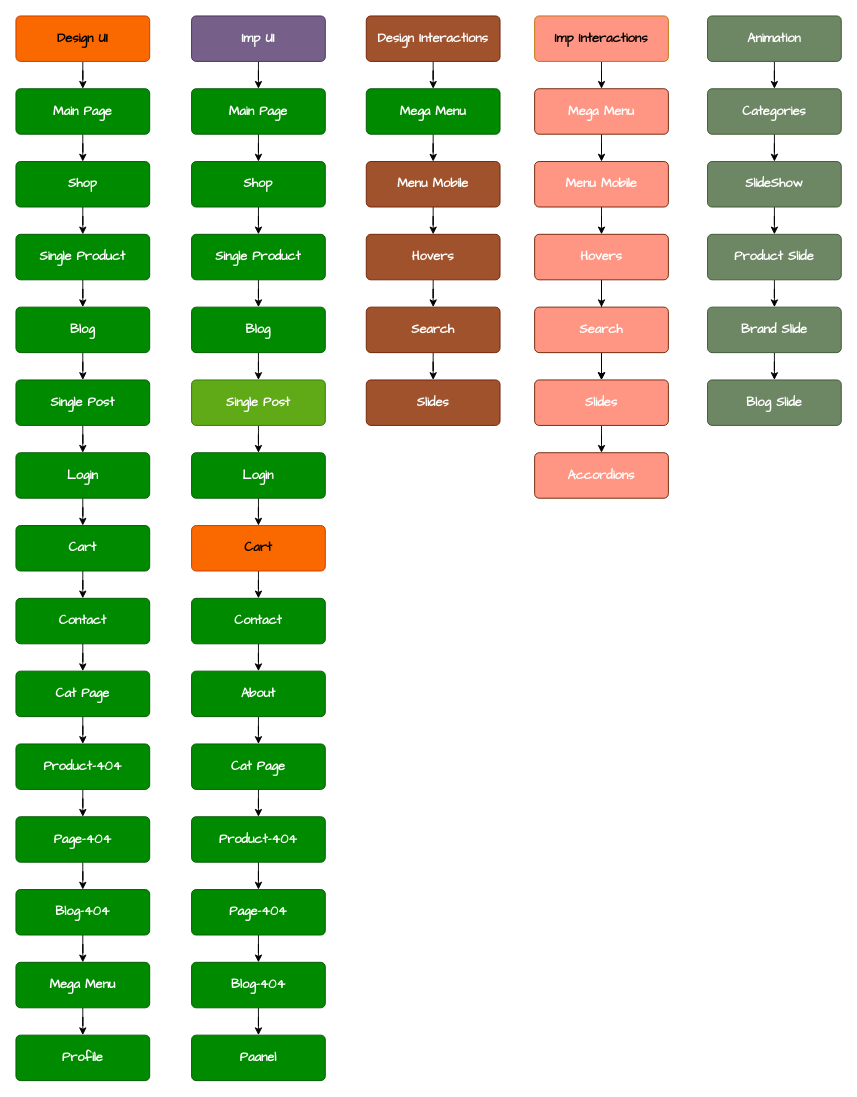
Above: JSProject.drawio in monfaredpersonal/Development (draw.io), before the change. Source tidied: cells renumbered, new cells numbered last; positions are measured from the earlier drawing's top-left corner, leaving out a move shared by most shapes. Both pictures are drawn from the tidied source at 91%, with x=0, y=0 at pixel (15, 15).
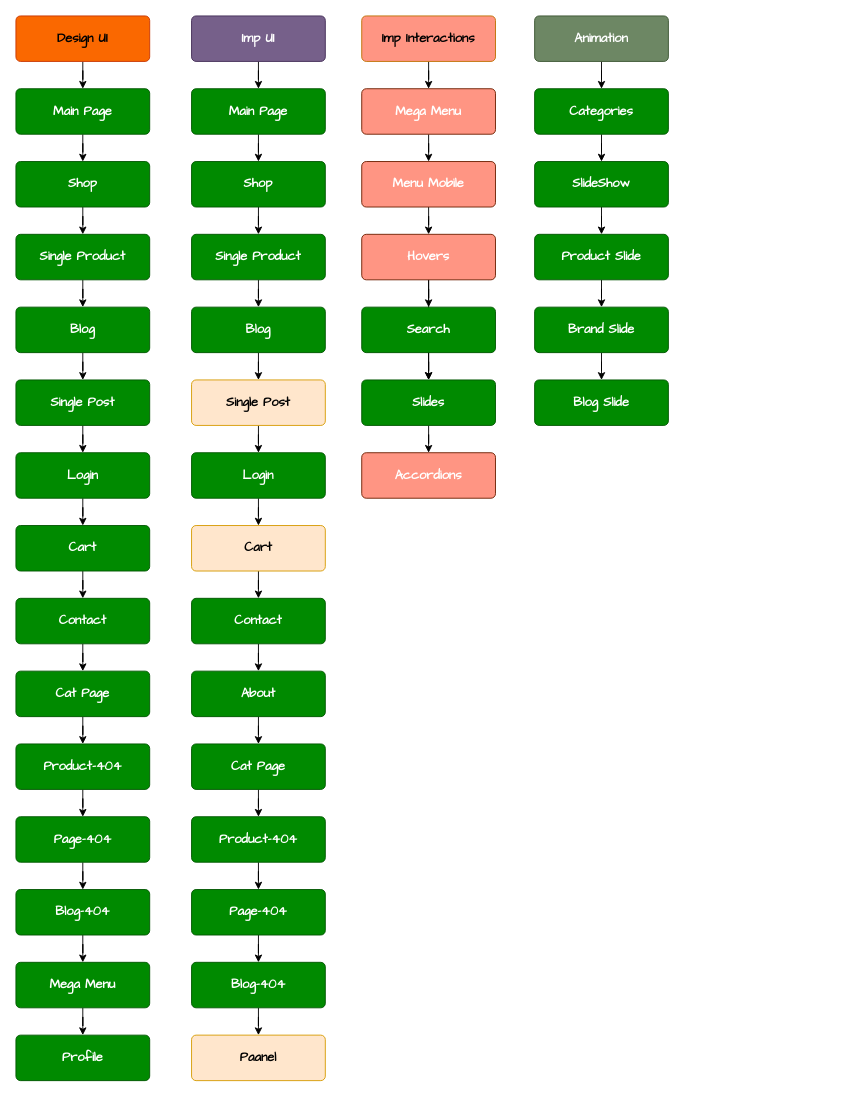
After the change.

Diff of the diagram source:
```diff
@@
-    <mxCell id="6" style="edgeStyle=orthogonalEdgeStyle;rounded=0;jettySize=auto;html=1;" parent="1" edge="1" source="7" target="63">
-      <mxGeometry relative="1" as="geometry" />
-    </mxCell>
-    <mxCell id="7" value="Design Interactions" style="html=1;shadow=0;dashed=0;shape=mxgraph.bootstrap.rrect;rSize=5;strokeColor=#6D1F00;strokeWidth=1;fillColor=#a0522d;fontColor=#ffffff;whiteSpace=wrap;align=center;verticalAlign=middle;spacingLeft=0;fontStyle=1;fontSize=14;spacing=5;rounded=1;glass=0;fillStyle=auto;fontFamily=Comic Sans MS;horizontal=1;textDirection=rtl;points=[];" parent="1" vertex="1">
-      <mxGeometry x="385" width="147" height="50" as="geometry" />
-    </mxCell>
@@
     <mxCell id="9" value="Imp Interactions" style="html=1;shadow=0;dashed=0;shape=mxgraph.bootstrap.rrect;rSize=5;strokeColor=#BD7000;strokeWidth=1;fillColor=#FF9583;fontColor=#000000;whiteSpace=wrap;align=center;verticalAlign=middle;spacingLeft=0;fontStyle=1;fontSize=14;spacing=5;rounded=1;glass=0;fillStyle=auto;fontFamily=Comic Sans MS;horizontal=1;textDirection=rtl;points=[];" parent="1" vertex="1">
-      <mxGeometry x="570" width="147" height="50" as="geometry" />
+      <mxGeometry x="380" width="147" height="50" as="geometry" />
     </mxCell>
@@
     <mxCell id="11" value="Animation" style="html=1;shadow=0;dashed=0;shape=mxgraph.bootstrap.rrect;rSize=5;strokeColor=#3A5431;strokeWidth=1;fillColor=#6d8764;fontColor=#ffffff;whiteSpace=wrap;align=center;verticalAlign=middle;spacingLeft=0;fontStyle=1;fontSize=14;spacing=5;rounded=1;glass=0;fillStyle=auto;fontFamily=Comic Sans MS;horizontal=1;textDirection=rtl;points=[];" parent="1" vertex="1">
-      <mxGeometry x="760" width="147" height="50" as="geometry" />
+      <mxGeometry x="570" width="147" height="50" as="geometry" />
     </mxCell>
@@
-    <mxCell id="45" value="&lt;div style=&quot;forced-color-adjust: none;&quot;&gt;Single Post&lt;/div&gt;" style="html=1;shadow=0;dashed=0;shape=mxgraph.bootstrap.rrect;rSize=5;strokeColor=#2D7600;strokeWidth=1;fillColor=#60a917;fontColor=#ffffff;whiteSpace=wrap;align=center;verticalAlign=middle;spacingLeft=0;fontStyle=1;fontSize=14;spacing=5;rounded=1;glass=0;fillStyle=auto;fontFamily=Comic Sans MS;horizontal=1;textDirection=rtl;points=[];" parent="1" vertex="1">
+    <mxCell id="45" value="&lt;div style=&quot;forced-color-adjust: none;&quot;&gt;Single Post&lt;/div&gt;" style="html=1;shadow=0;dashed=0;shape=mxgraph.bootstrap.rrect;rSize=5;strokeColor=#d79b00;strokeWidth=1;fillColor=#ffe6cc;whiteSpace=wrap;align=center;verticalAlign=middle;spacingLeft=0;fontStyle=1;fontSize=14;spacing=5;rounded=1;glass=0;fillStyle=auto;fontFamily=Comic Sans MS;horizontal=1;textDirection=rtl;points=[];" parent="1" vertex="1">
       <mxGeometry x="193" y="400" width="147" height="50" as="geometry" />
     </mxCell>
@@
-    <mxCell id="49" value="&lt;div style=&quot;forced-color-adjust: none;&quot;&gt;Cart&lt;/div&gt;" style="html=1;shadow=0;dashed=0;shape=mxgraph.bootstrap.rrect;rSize=5;strokeColor=#C73500;strokeWidth=1;fillColor=#fa6800;fontColor=#000000;whiteSpace=wrap;align=center;verticalAlign=middle;spacingLeft=0;fontStyle=1;fontSize=14;spacing=5;rounded=1;glass=0;fillStyle=auto;fontFamily=Comic Sans MS;horizontal=1;textDirection=rtl;points=[];" parent="1" vertex="1">
+    <mxCell id="49" value="&lt;div style=&quot;forced-color-adjust: none;&quot;&gt;Cart&lt;/div&gt;" style="html=1;shadow=0;dashed=0;shape=mxgraph.bootstrap.rrect;rSize=5;strokeColor=#d79b00;strokeWidth=1;fillColor=#ffe6cc;whiteSpace=wrap;align=center;verticalAlign=middle;spacingLeft=0;fontStyle=1;fontSize=14;spacing=5;rounded=1;glass=0;fillStyle=auto;fontFamily=Comic Sans MS;horizontal=1;textDirection=rtl;points=[];" parent="1" vertex="1">
       <mxGeometry x="193" y="560" width="147" height="50" as="geometry" />
     </mxCell>
@@
-    <mxCell id="62" style="edgeStyle=orthogonalEdgeStyle;rounded=0;jettySize=auto;html=1;" parent="1" edge="1" source="63" target="92">
-      <mxGeometry relative="1" as="geometry" />
-    </mxCell>
-    <mxCell id="63" value="Mega Menu" style="html=1;shadow=0;dashed=0;shape=mxgraph.bootstrap.rrect;rSize=5;strokeColor=#005700;strokeWidth=1;fillColor=#008a00;fontColor=#ffffff;whiteSpace=wrap;align=center;verticalAlign=middle;spacingLeft=0;fontStyle=1;fontSize=14;spacing=5;rounded=1;glass=0;fillStyle=auto;fontFamily=Comic Sans MS;horizontal=1;textDirection=rtl;points=[];" parent="1" vertex="1">
-      <mxGeometry x="385" y="80" width="147" height="50" as="geometry" />
-    </mxCell>
-    <mxCell id="64" style="edgeStyle=orthogonalEdgeStyle;rounded=0;jettySize=auto;html=1;" parent="1" edge="1" source="65" target="67">
-      <mxGeometry relative="1" as="geometry" />
-    </mxCell>
-    <mxCell id="65" value="Hovers" style="html=1;shadow=0;dashed=0;shape=mxgraph.bootstrap.rrect;rSize=5;strokeColor=#6D1F00;strokeWidth=1;fillColor=#a0522d;fontColor=#ffffff;whiteSpace=wrap;align=center;verticalAlign=middle;spacingLeft=0;fontStyle=1;fontSize=14;spacing=5;rounded=1;glass=0;fillStyle=auto;fontFamily=Comic Sans MS;horizontal=1;textDirection=rtl;points=[];" parent="1" vertex="1">
-      <mxGeometry x="385" y="240" width="147" height="50" as="geometry" />
-    </mxCell>
-    <mxCell id="66" style="edgeStyle=orthogonalEdgeStyle;rounded=0;jettySize=auto;html=1;" parent="1" edge="1" source="67" target="68">
-      <mxGeometry relative="1" as="geometry" />
-    </mxCell>
-    <mxCell id="67" value="Search" style="html=1;shadow=0;dashed=0;shape=mxgraph.bootstrap.rrect;rSize=5;strokeColor=#6D1F00;strokeWidth=1;fillColor=#a0522d;fontColor=#ffffff;whiteSpace=wrap;align=center;verticalAlign=middle;spacingLeft=0;fontStyle=1;fontSize=14;spacing=5;rounded=1;glass=0;fillStyle=auto;fontFamily=Comic Sans MS;horizontal=1;textDirection=rtl;points=[];" parent="1" vertex="1">
-      <mxGeometry x="385" y="320" width="147" height="50" as="geometry" />
-    </mxCell>
-    <mxCell id="68" value="Slides" style="html=1;shadow=0;dashed=0;shape=mxgraph.bootstrap.rrect;rSize=5;strokeColor=#6D1F00;strokeWidth=1;fillColor=#a0522d;fontColor=#ffffff;whiteSpace=wrap;align=center;verticalAlign=middle;spacingLeft=0;fontStyle=1;fontSize=14;spacing=5;rounded=1;glass=0;fillStyle=auto;fontFamily=Comic Sans MS;horizontal=1;textDirection=rtl;points=[];" parent="1" vertex="1">
-      <mxGeometry x="385" y="400" width="147" height="50" as="geometry" />
-    </mxCell>
@@
     <mxCell id="70" value="&lt;font&gt;Mega Menu&lt;/font&gt;" style="html=1;shadow=0;dashed=0;shape=mxgraph.bootstrap.rrect;rSize=5;strokeColor=#6D1F00;strokeWidth=1;fillColor=#FF9583;fontColor=#ffffff;whiteSpace=wrap;align=center;verticalAlign=middle;spacingLeft=0;fontStyle=1;fontSize=14;spacing=5;rounded=1;glass=0;fillStyle=auto;fontFamily=Comic Sans MS;horizontal=1;textDirection=rtl;points=[];" parent="1" vertex="1">
-      <mxGeometry x="570" y="80" width="147" height="50" as="geometry" />
+      <mxGeometry x="380" y="80" width="147" height="50" as="geometry" />
     </mxCell>
@@
     <mxCell id="72" value="Menu Mobile" style="html=1;shadow=0;dashed=0;shape=mxgraph.bootstrap.rrect;rSize=5;strokeColor=#6D1F00;strokeWidth=1;fillColor=#FF9583;fontColor=#ffffff;whiteSpace=wrap;align=center;verticalAlign=middle;spacingLeft=0;fontStyle=1;fontSize=14;spacing=5;rounded=1;glass=0;fillStyle=auto;fontFamily=Comic Sans MS;horizontal=1;textDirection=rtl;points=[];" parent="1" vertex="1">
-      <mxGeometry x="570" y="160" width="147" height="50" as="geometry" />
+      <mxGeometry x="380" y="160" width="147" height="50" as="geometry" />
     </mxCell>
@@
     <mxCell id="75" value="Hovers" style="html=1;shadow=0;dashed=0;shape=mxgraph.bootstrap.rrect;rSize=5;strokeColor=#6D1F00;strokeWidth=1;fillColor=#FF9583;fontColor=#ffffff;whiteSpace=wrap;align=center;verticalAlign=middle;spacingLeft=0;fontStyle=1;fontSize=14;spacing=5;rounded=1;glass=0;fillStyle=auto;fontFamily=Comic Sans MS;horizontal=1;textDirection=rtl;points=[];" parent="1" vertex="1">
-      <mxGeometry x="570" y="240" width="147" height="50" as="geometry" />
+      <mxGeometry x="380" y="240" width="147" height="50" as="geometry" />
     </mxCell>
@@
-    <mxCell id="77" value="Search" style="html=1;shadow=0;dashed=0;shape=mxgraph.bootstrap.rrect;rSize=5;strokeColor=#6D1F00;strokeWidth=1;fillColor=#FF9583;fontColor=#ffffff;whiteSpace=wrap;align=center;verticalAlign=middle;spacingLeft=0;fontStyle=1;fontSize=14;spacing=5;rounded=1;glass=0;fillStyle=auto;fontFamily=Comic Sans MS;horizontal=1;textDirection=rtl;points=[];" parent="1" vertex="1">
-      <mxGeometry x="570" y="320" width="147" height="50" as="geometry" />
+    <mxCell id="77" value="Search" style="html=1;shadow=0;dashed=0;shape=mxgraph.bootstrap.rrect;rSize=5;strokeColor=#005700;strokeWidth=1;fillColor=#008a00;fontColor=#ffffff;whiteSpace=wrap;align=center;verticalAlign=middle;spacingLeft=0;fontStyle=1;fontSize=14;spacing=5;rounded=1;glass=0;fillStyle=auto;fontFamily=Comic Sans MS;horizontal=1;textDirection=rtl;points=[];" parent="1" vertex="1">
+      <mxGeometry x="380" y="320" width="147" height="50" as="geometry" />
     </mxCell>
@@
-    <mxCell id="79" value="Categories" style="html=1;shadow=0;dashed=0;shape=mxgraph.bootstrap.rrect;rSize=5;strokeColor=#3A5431;strokeWidth=1;fillColor=#6d8764;fontColor=#ffffff;whiteSpace=wrap;align=center;verticalAlign=middle;spacingLeft=0;fontStyle=1;fontSize=14;spacing=5;rounded=1;glass=0;fillStyle=auto;fontFamily=Comic Sans MS;horizontal=1;textDirection=rtl;points=[];" parent="1" vertex="1">
-      <mxGeometry x="760" y="80" width="147" height="50" as="geometry" />
+    <mxCell id="79" value="Categories" style="html=1;shadow=0;dashed=0;shape=mxgraph.bootstrap.rrect;rSize=5;strokeColor=#005700;strokeWidth=1;fillColor=#008a00;fontColor=#ffffff;whiteSpace=wrap;align=center;verticalAlign=middle;spacingLeft=0;fontStyle=1;fontSize=14;spacing=5;rounded=1;glass=0;fillStyle=auto;fontFamily=Comic Sans MS;horizontal=1;textDirection=rtl;points=[];" parent="1" vertex="1">
+      <mxGeometry x="570" y="80" width="147" height="50" as="geometry" />
     </mxCell>
@@
-    <mxCell id="81" value="SlideShow" style="html=1;shadow=0;dashed=0;shape=mxgraph.bootstrap.rrect;rSize=5;strokeColor=#3A5431;strokeWidth=1;fillColor=#6d8764;fontColor=#ffffff;whiteSpace=wrap;align=center;verticalAlign=middle;spacingLeft=0;fontStyle=1;fontSize=14;spacing=5;rounded=1;glass=0;fillStyle=auto;fontFamily=Comic Sans MS;horizontal=1;textDirection=rtl;points=[];" parent="1" vertex="1">
-      <mxGeometry x="760" y="160" width="147" height="50" as="geometry" />
+    <mxCell id="81" value="SlideShow" style="html=1;shadow=0;dashed=0;shape=mxgraph.bootstrap.rrect;rSize=5;strokeColor=#005700;strokeWidth=1;fillColor=#008a00;fontColor=#ffffff;whiteSpace=wrap;align=center;verticalAlign=middle;spacingLeft=0;fontStyle=1;fontSize=14;spacing=5;rounded=1;glass=0;fillStyle=auto;fontFamily=Comic Sans MS;horizontal=1;textDirection=rtl;points=[];" parent="1" vertex="1">
+      <mxGeometry x="570" y="160" width="147" height="50" as="geometry" />
     </mxCell>
@@
-    <mxCell id="83" value="Product Slide" style="html=1;shadow=0;dashed=0;shape=mxgraph.bootstrap.rrect;rSize=5;strokeColor=#3A5431;strokeWidth=1;fillColor=#6d8764;fontColor=#ffffff;whiteSpace=wrap;align=center;verticalAlign=middle;spacingLeft=0;fontStyle=1;fontSize=14;spacing=5;rounded=1;glass=0;fillStyle=auto;fontFamily=Comic Sans MS;horizontal=1;textDirection=rtl;points=[];" parent="1" vertex="1">
-      <mxGeometry x="760" y="240" width="147" height="50" as="geometry" />
+    <mxCell id="83" value="Product Slide" style="html=1;shadow=0;dashed=0;shape=mxgraph.bootstrap.rrect;rSize=5;strokeColor=#005700;strokeWidth=1;fillColor=#008a00;fontColor=#ffffff;whiteSpace=wrap;align=center;verticalAlign=middle;spacingLeft=0;fontStyle=1;fontSize=14;spacing=5;rounded=1;glass=0;fillStyle=auto;fontFamily=Comic Sans MS;horizontal=1;textDirection=rtl;points=[];" parent="1" vertex="1">
+      <mxGeometry x="570" y="240" width="147" height="50" as="geometry" />
     </mxCell>
@@
-    <mxCell id="85" value="Brand Slide" style="html=1;shadow=0;dashed=0;shape=mxgraph.bootstrap.rrect;rSize=5;strokeColor=#3A5431;strokeWidth=1;fillColor=#6d8764;fontColor=#ffffff;whiteSpace=wrap;align=center;verticalAlign=middle;spacingLeft=0;fontStyle=1;fontSize=14;spacing=5;rounded=1;glass=0;fillStyle=auto;fontFamily=Comic Sans MS;horizontal=1;textDirection=rtl;points=[];" parent="1" vertex="1">
-      <mxGeometry x="760" y="320" width="147" height="50" as="geometry" />
+    <mxCell id="85" value="Brand Slide" style="html=1;shadow=0;dashed=0;shape=mxgraph.bootstrap.rrect;rSize=5;strokeColor=#005700;strokeWidth=1;fillColor=#008a00;fontColor=#ffffff;whiteSpace=wrap;align=center;verticalAlign=middle;spacingLeft=0;fontStyle=1;fontSize=14;spacing=5;rounded=1;glass=0;fillStyle=auto;fontFamily=Comic Sans MS;horizontal=1;textDirection=rtl;points=[];" parent="1" vertex="1">
+      <mxGeometry x="570" y="320" width="147" height="50" as="geometry" />
     </mxCell>
-    <mxCell id="86" value="Blog Slide" style="html=1;shadow=0;dashed=0;shape=mxgraph.bootstrap.rrect;rSize=5;strokeColor=#3A5431;strokeWidth=1;fillColor=#6d8764;fontColor=#ffffff;whiteSpace=wrap;align=center;verticalAlign=middle;spacingLeft=0;fontStyle=1;fontSize=14;spacing=5;rounded=1;glass=0;fillStyle=auto;fontFamily=Comic Sans MS;horizontal=1;textDirection=rtl;points=[];" parent="1" vertex="1">
-      <mxGeometry x="760" y="400" width="147" height="50" as="geometry" />
+    <mxCell id="86" value="Blog Slide" style="html=1;shadow=0;dashed=0;shape=mxgraph.bootstrap.rrect;rSize=5;strokeColor=#005700;strokeWidth=1;fillColor=#008a00;fontColor=#ffffff;whiteSpace=wrap;align=center;verticalAlign=middle;spacingLeft=0;fontStyle=1;fontSize=14;spacing=5;rounded=1;glass=0;fillStyle=auto;fontFamily=Comic Sans MS;horizontal=1;textDirection=rtl;points=[];" parent="1" vertex="1">
+      <mxGeometry x="570" y="400" width="147" height="50" as="geometry" />
     </mxCell>
@@
-    <mxCell id="90" value="&lt;div style=&quot;forced-color-adjust: none;&quot;&gt;Paanel&lt;/div&gt;" style="html=1;shadow=0;dashed=0;shape=mxgraph.bootstrap.rrect;rSize=5;strokeColor=#005700;strokeWidth=1;fillColor=#008a00;fontColor=#ffffff;whiteSpace=wrap;align=center;verticalAlign=middle;spacingLeft=0;fontStyle=1;fontSize=14;spacing=5;rounded=1;glass=0;fillStyle=auto;fontFamily=Comic Sans MS;horizontal=1;textDirection=rtl;points=[];" parent="1" vertex="1">
+    <mxCell id="90" value="&lt;div style=&quot;forced-color-adjust: none;&quot;&gt;Paanel&lt;/div&gt;" style="html=1;shadow=0;dashed=0;shape=mxgraph.bootstrap.rrect;rSize=5;strokeColor=#d79b00;strokeWidth=1;fillColor=#ffe6cc;whiteSpace=wrap;align=center;verticalAlign=middle;spacingLeft=0;fontStyle=1;fontSize=14;spacing=5;rounded=1;glass=0;fillStyle=auto;fontFamily=Comic Sans MS;horizontal=1;textDirection=rtl;points=[];" parent="1" vertex="1">
       <mxGeometry x="193" y="1120" width="147" height="50" as="geometry" />
     </mxCell>
-    <mxCell id="91" style="edgeStyle=orthogonalEdgeStyle;rounded=0;jettySize=auto;html=1;" parent="1" edge="1" source="92" target="65">
-      <mxGeometry relative="1" as="geometry" />
-    </mxCell>
-    <mxCell id="92" value="Menu Mobile" style="html=1;shadow=0;dashed=0;shape=mxgraph.bootstrap.rrect;rSize=5;strokeColor=#6D1F00;strokeWidth=1;fillColor=#a0522d;fontColor=#ffffff;whiteSpace=wrap;align=center;verticalAlign=middle;spacingLeft=0;fontStyle=1;fontSize=14;spacing=5;rounded=1;glass=0;fillStyle=auto;fontFamily=Comic Sans MS;horizontal=1;textDirection=rtl;points=[];" parent="1" vertex="1">
-      <mxGeometry x="385" y="160" width="147" height="50" as="geometry" />
-    </mxCell>
@@
-    <mxCell id="94" value="Slides" style="html=1;shadow=0;dashed=0;shape=mxgraph.bootstrap.rrect;rSize=5;strokeColor=#6D1F00;strokeWidth=1;fillColor=#FF9583;fontColor=#ffffff;whiteSpace=wrap;align=center;verticalAlign=middle;spacingLeft=0;fontStyle=1;fontSize=14;spacing=5;rounded=1;glass=0;fillStyle=auto;fontFamily=Comic Sans MS;horizontal=1;textDirection=rtl;points=[];" parent="1" vertex="1">
-      <mxGeometry x="570" y="400" width="147" height="50" as="geometry" />
+    <mxCell id="94" value="Slides" style="html=1;shadow=0;dashed=0;shape=mxgraph.bootstrap.rrect;rSize=5;strokeColor=#005700;strokeWidth=1;fillColor=#008a00;fontColor=#ffffff;whiteSpace=wrap;align=center;verticalAlign=middle;spacingLeft=0;fontStyle=1;fontSize=14;spacing=5;rounded=1;glass=0;fillStyle=auto;fontFamily=Comic Sans MS;horizontal=1;textDirection=rtl;points=[];" parent="1" vertex="1">
+      <mxGeometry x="380" y="400" width="147" height="50" as="geometry" />
     </mxCell>
     <mxCell id="95" value="Accordions" style="html=1;shadow=0;dashed=0;shape=mxgraph.bootstrap.rrect;rSize=5;strokeColor=#6D1F00;strokeWidth=1;fillColor=#FF9583;fontColor=#ffffff;whiteSpace=wrap;align=center;verticalAlign=middle;spacingLeft=0;fontStyle=1;fontSize=14;spacing=5;rounded=1;glass=0;fillStyle=auto;fontFamily=Comic Sans MS;horizontal=1;textDirection=rtl;points=[];" parent="1" vertex="1">
-      <mxGeometry x="570" y="480" width="147" height="50" as="geometry" />
+      <mxGeometry x="380" y="480" width="147" height="50" as="geometry" />
     </mxCell>
```
